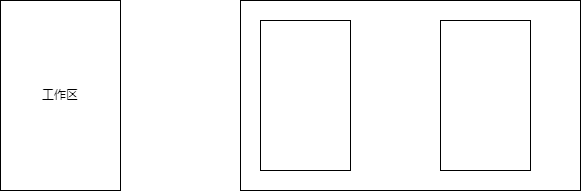
The draw.io diagram 未命名绘图.drawio.png in POThinking/UML, before a commit. Source tidied: cells renumbered, new cells last; positions are measured from the earlier drawing's top-left corner, leaving out a move shared by most shapes.
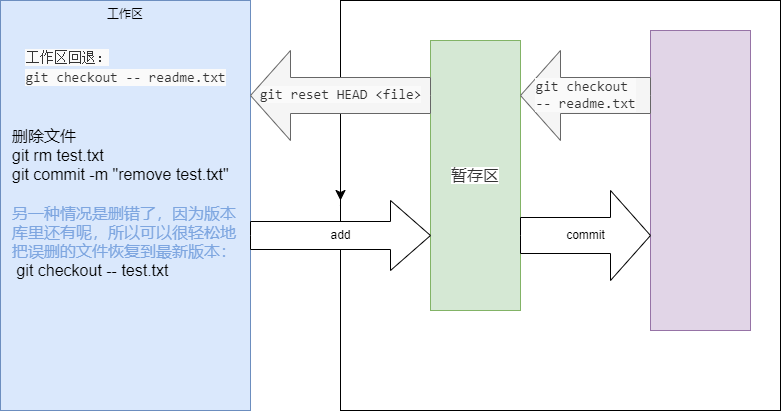
After the commit.

Change to the diagram source:
```diff
@@ -2,17 +2,46 @@
   <root>
     <mxCell id="0" />
     <mxCell id="1" parent="0" />
-    <mxCell id="2" value="工作区" style="rounded=0;whiteSpace=wrap;html=1;" parent="1" vertex="1">
-      <mxGeometry width="120" height="190" as="geometry" />
+    <mxCell id="2" value="工作区&lt;div&gt;&lt;br&gt;&lt;/div&gt;&lt;div&gt;&lt;br&gt;&lt;/div&gt;" style="rounded=0;whiteSpace=wrap;html=1;fillColor=#dae8fc;strokeColor=#6c8ebf;verticalAlign=top;" parent="1" vertex="1">
+      <mxGeometry x="-100" y="-250" width="250" height="410" as="geometry" />
     </mxCell>
+    <mxCell id="6" style="edgeStyle=none;curved=1;rounded=0;jettySize=auto;html=1;exitX=0;exitY=0.5;exitDx=0;exitDy=0;fontSize=12;startSize=8;endSize=8;" parent="1" edge="1" source="3">
+      <mxGeometry relative="1" as="geometry">
+        <mxPoint x="250" y="-65" as="targetPoint" />
+      </mxGeometry>
+    </mxCell>
     <mxCell id="3" style="rounded=0;whiteSpace=wrap;html=1;" parent="1" vertex="1">
-      <mxGeometry x="240" width="340" height="190" as="geometry" />
+      <mxGeometry x="240" y="-250" width="440" height="410" as="geometry" />
     </mxCell>
-    <mxCell id="4" style="rounded=0;whiteSpace=wrap;html=1;" parent="1" vertex="1">
-      <mxGeometry x="260" y="20" width="90" height="150" as="geometry" />
+    <mxCell id="4" value="&lt;span style=&quot;color: rgb(51, 51, 51); font-family: &amp;quot;SF Pro SC&amp;quot;, &amp;quot;SF Pro Text&amp;quot;, &amp;quot;SF Pro Icons&amp;quot;, &amp;quot;PingFang SC&amp;quot;, &amp;quot;Helvetica Neue&amp;quot;, Helvetica, Arial, sans-serif; font-size: 16px; text-align: start; background-color: rgb(255, 255, 255);&quot;&gt;暂存区&lt;/span&gt;" style="rounded=0;whiteSpace=wrap;html=1;fillColor=#d5e8d4;strokeColor=#82b366;" parent="1" vertex="1">
+      <mxGeometry x="330" y="-210" width="90" height="270" as="geometry" />
     </mxCell>
-    <mxCell id="5" style="rounded=0;whiteSpace=wrap;html=1;" parent="1" vertex="1">
-      <mxGeometry x="440" y="20" width="90" height="150" as="geometry" />
+    <mxCell id="5" style="rounded=0;whiteSpace=wrap;html=1;fillColor=#e1d5e7;strokeColor=#9673a6;" parent="1" vertex="1">
+      <mxGeometry x="550" y="-220" width="100" height="300" as="geometry" />
     </mxCell>
+    <mxCell id="7" style="edgeStyle=none;curved=1;rounded=0;jettySize=auto;html=1;fontSize=12;startSize=8;endSize=8;" parent="1" edge="1" source="8" target="9">
+      <mxGeometry relative="1" as="geometry" />
+    </mxCell>
+    <mxCell id="8" value="&lt;div style=&quot;white-space: normal;&quot;&gt;&lt;span style=&quot;font-family: Consolas, monospace, serif; font-size: 14px; text-align: start; white-space: nowrap; background-color: rgb(250, 250, 250);&quot;&gt;git reset HEAD &amp;lt;file&amp;gt;&lt;/span&gt;&lt;br&gt;&lt;/div&gt;" style="html=1;shadow=0;dashed=0;align=center;verticalAlign=middle;shape=mxgraph.arrows2.arrow;dy=0.6;dx=40;flipH=1;notch=0;fillColor=#f5f5f5;fontColor=#333333;strokeColor=#666666;" parent="1" vertex="1">
+      <mxGeometry x="150" y="-200" width="180" height="90" as="geometry" />
+    </mxCell>
+    <mxCell id="9" value="add" style="html=1;shadow=0;dashed=0;align=center;verticalAlign=middle;shape=mxgraph.arrows2.arrow;dy=0.6;dx=40;notch=0;" parent="1" vertex="1">
+      <mxGeometry x="150" y="-50" width="180" height="70" as="geometry" />
+    </mxCell>
+    <mxCell id="10" value="commit" style="html=1;shadow=0;dashed=0;align=center;verticalAlign=middle;shape=mxgraph.arrows2.arrow;dy=0.6;dx=40;notch=0;" parent="1" vertex="1">
+      <mxGeometry x="420" y="-60" width="130" height="90" as="geometry" />
+    </mxCell>
+    <mxCell id="11" value="&lt;div style=&quot;white-space: normal;&quot;&gt;&lt;span style=&quot;background-color: rgb(250, 250, 250); color: rgb(51, 51, 51); font-family: Consolas, monospace, serif; font-size: 14px; text-align: start; white-space: nowrap;&quot;&gt;git checkout&amp;nbsp;&lt;/span&gt;&lt;/div&gt;&lt;div style=&quot;white-space: normal;&quot;&gt;&lt;span style=&quot;background-color: rgb(250, 250, 250); color: rgb(51, 51, 51); font-family: Consolas, monospace, serif; font-size: 14px; text-align: start; white-space: nowrap;&quot;&gt;-- readme.txt&lt;/span&gt;&lt;br&gt;&lt;/div&gt;" style="html=1;shadow=0;dashed=0;align=center;verticalAlign=middle;shape=mxgraph.arrows2.arrow;dy=0.6;dx=40;flipH=1;notch=0;fillColor=#f5f5f5;fontColor=#333333;strokeColor=#666666;" parent="1" vertex="1">
+      <mxGeometry x="420" y="-200" width="130" height="90" as="geometry" />
+    </mxCell>
+    <mxCell id="12" value="&lt;div style=&quot;text-align: left;&quot;&gt;&lt;font face=&quot;Consolas, monospace, serif&quot; color=&quot;#333333&quot;&gt;&lt;span style=&quot;font-size: 14px; white-space: nowrap; background-color: rgb(250, 250, 250);&quot;&gt;工作区回退：&lt;/span&gt;&lt;/font&gt;&lt;/div&gt;&lt;span style=&quot;color: rgb(51, 51, 51); font-family: Consolas, monospace, serif; font-size: 14px; text-align: start; white-space: nowrap; background-color: rgb(250, 250, 250);&quot;&gt;git checkout -- readme.txt&lt;/span&gt;" style="text;html=1;align=center;verticalAlign=top;whiteSpace=wrap;rounded=0;fontSize=16;" parent="1" vertex="1">
+      <mxGeometry x="-77.5" y="-210" width="205" height="130" as="geometry" />
+    </mxCell>
+    <mxCell id="13" style="edgeStyle=none;curved=1;rounded=0;orthogonalLoop=1;jettySize=auto;html=1;exitX=0.75;exitY=1;exitDx=0;exitDy=0;fontSize=12;startSize=8;endSize=8;" parent="1" edge="1" source="12" target="12">
+      <mxGeometry relative="1" as="geometry" />
+    </mxCell>
+    <mxCell id="14" value="删除文件&lt;div&gt;&lt;div&gt;git rm test.txt&lt;/div&gt;&lt;div&gt;git commit -m &quot;remove test.txt&quot;&lt;/div&gt;&lt;/div&gt;&lt;div&gt;&lt;br&gt;&lt;/div&gt;&lt;div&gt;&lt;div&gt;&lt;font color=&quot;#7ea6e0&quot;&gt;另一种情况是删错了，因为版本库里还有呢，所以可以很轻松地把误删的文件恢复到最新版本：&lt;/font&gt;&lt;/div&gt;&lt;div&gt;&amp;nbsp;git checkout -- test.txt&lt;/div&gt;&lt;/div&gt;" style="text;html=1;align=left;verticalAlign=top;rounded=0;fontSize=16;whiteSpace=wrap;labelBorderColor=none;textShadow=0;" parent="1" vertex="1">
+      <mxGeometry x="-90" y="-130" width="240" height="160" as="geometry" />
+    </mxCell>
   </root>
 </mxGraphModel>
```
